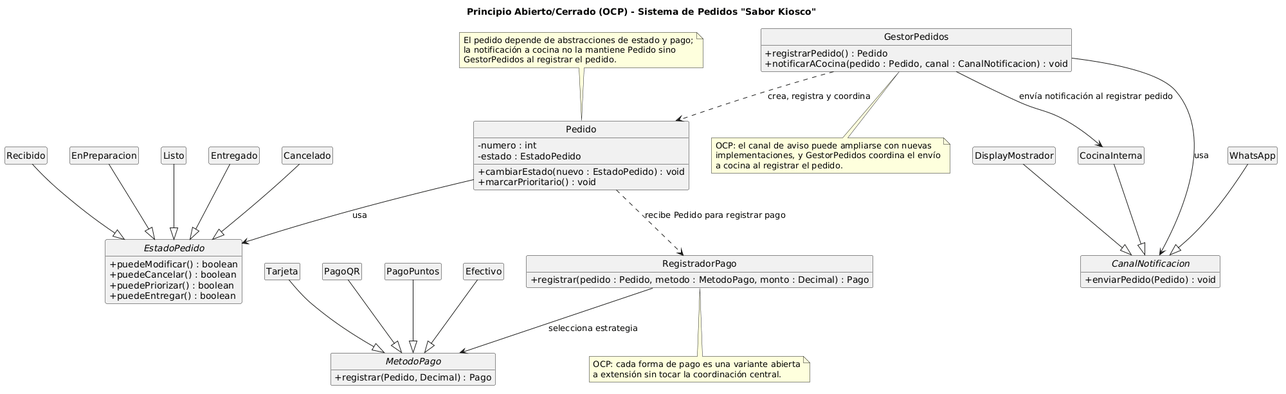
Earlier version of the PlantUML export diagramas/01-diagrama-clases/01-solid-02-ocp.png (lucasmengarelli3/SistemaPedidos).
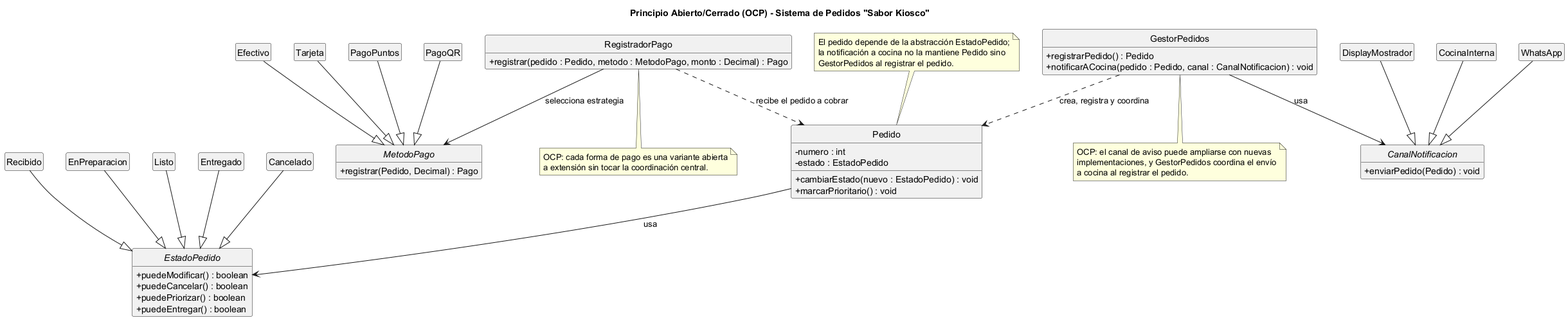
The same file after the commit.

Diff of the diagram source:
```diff
@@ -68,14 +68,13 @@
 DisplayMostrador --|> CanalNotificacion
 
 Pedido --> EstadoPedido : usa
-Pedido ..> RegistradorPago : recibe Pedido para registrar pago
+RegistradorPago ..> Pedido : recibe el pedido a cobrar
 RegistradorPago --> MetodoPago : selecciona estrategia
 GestorPedidos --> CanalNotificacion : usa
-GestorPedidos --> CocinaInterna : envía notificación al registrar pedido
 GestorPedidos ..> Pedido : crea, registra y coordina
 
 note top of Pedido
-  El pedido depende de abstracciones de estado y pago;
+  El pedido depende de la abstracción EstadoPedido;
   la notificación a cocina no la mantiene Pedido sino
   GestorPedidos al registrar el pedido.
 end note
```
